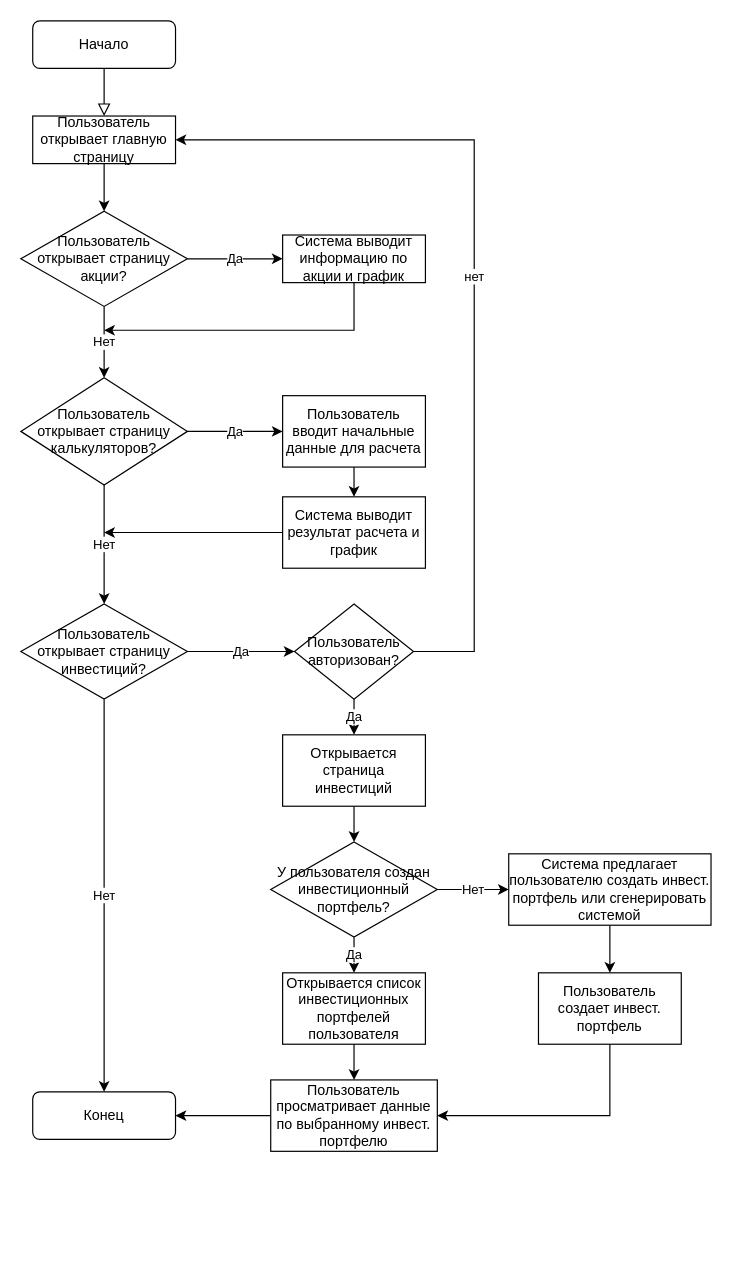
This is Алгортим.drawio from epsil0n66/ProjectMethodsSlanina, a draw.io file, before an edit. Source tidied: cells renumbered, new cells numbered last; positions are measured from the earlier drawing's top-left corner, leaving out a move shared by most shapes. Both pictures are drawn from the tidied source at 119%, with x=0, y=0 at pixel (20, 20).
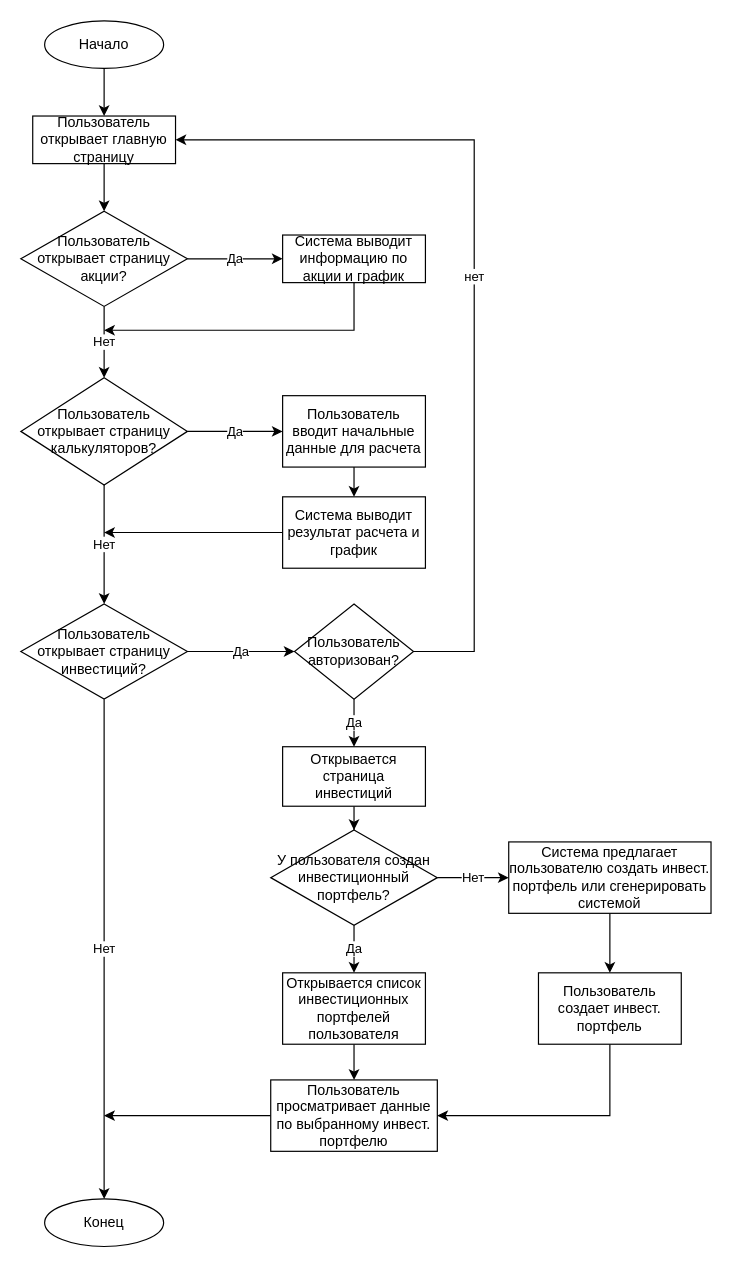
The same page after the edit.

Unchanged cells that the change refers to:
```xml
<mxCell id="5" value="Пользователь открывает главную страницу" style="rounded=0;whiteSpace=wrap;html=1;" parent="1" vertex="1">
  <mxGeometry x="10" y="80" width="120" height="40" as="geometry" />
</mxCell>
<mxCell id="35" value="Пользователь просматривает данные по выбранному инвест. портфелю" style="whiteSpace=wrap;html=1;rounded=0;" parent="1" vertex="1">
  <mxGeometry x="210" y="890" width="140" height="60" as="geometry" />
</mxCell>
```

The edit, as a diff of the source:
```diff
@@
-    <mxCell id="2" style="rounded=0;html=1;jettySize=auto;fontSize=11;endArrow=block;endFill=0;endSize=8;strokeWidth=1;shadow=0;labelBackgroundColor=none;edgeStyle=orthogonalEdgeStyle;entryX=0.5;entryY=0;entryDx=0;entryDy=0;" parent="1" edge="1" source="3" target="5">
-      <mxGeometry relative="1" as="geometry" />
-    </mxCell>
-    <mxCell id="3" value="Начало" style="rounded=1;whiteSpace=wrap;html=1;fontSize=12;glass=0;strokeWidth=1;shadow=0;" parent="1" vertex="1">
-      <mxGeometry x="10" width="120" height="40" as="geometry" />
-    </mxCell>
@@
     <mxCell id="25" value="Открывается страница инвестиций" style="whiteSpace=wrap;html=1;rounded=0;" parent="1" vertex="1">
-      <mxGeometry x="220" y="600" width="120" height="60" as="geometry" />
+      <mxGeometry x="220" y="610" width="120" height="50" as="geometry" />
     </mxCell>
@@
     <mxCell id="28" value="У пользователя создан инвестиционный портфель?" style="rhombus;whiteSpace=wrap;html=1;rounded=0;" parent="1" vertex="1">
-      <mxGeometry x="210" y="690" width="140" height="80" as="geometry" />
+      <mxGeometry x="210" y="680" width="140" height="80" as="geometry" />
     </mxCell>
@@
     <mxCell id="32" value="Система предлагает пользователю создать инвест. портфель или сгенерировать системой" style="whiteSpace=wrap;html=1;rounded=0;" parent="1" vertex="1">
-      <mxGeometry x="410" y="700" width="170" height="60" as="geometry" />
+      <mxGeometry x="410" y="690" width="170" height="60" as="geometry" />
     </mxCell>
-    <mxCell id="33" value="Конец" style="rounded=1;whiteSpace=wrap;html=1;fontSize=12;glass=0;strokeWidth=1;shadow=0;" parent="1" vertex="1">
-      <mxGeometry x="10" y="900" width="120" height="40" as="geometry" />
-    </mxCell>
-    <mxCell id="34" style="edgeStyle=orthogonalEdgeStyle;rounded=0;jettySize=auto;html=1;entryX=1;entryY=0.5;entryDx=0;entryDy=0;" parent="1" edge="1" source="35" target="33">
-      <mxGeometry relative="1" as="geometry" />
-    </mxCell>
+    <mxCell id="38" style="edgeStyle=orthogonalEdgeStyle;rounded=0;jettySize=auto;html=1;" parent="1" edge="1" source="35">
+      <mxGeometry relative="1" as="geometry">
+        <mxPoint x="70" y="920" as="targetPoint" />
+      </mxGeometry>
+    </mxCell>
@@
+    <mxCell id="2" style="edgeStyle=orthogonalEdgeStyle;rounded=0;jettySize=auto;html=1;" parent="1" edge="1" source="3" target="5">
+      <mxGeometry relative="1" as="geometry" />
+    </mxCell>
+    <mxCell id="3" value="Начало" style="ellipse;whiteSpace=wrap;html=1;" parent="1" vertex="1">
+      <mxGeometry x="20" width="100" height="40" as="geometry" />
+    </mxCell>
+    <mxCell id="33" value="Конец" style="ellipse;whiteSpace=wrap;html=1;" parent="1" vertex="1">
+      <mxGeometry x="20" y="990" width="100" height="40" as="geometry" />
+    </mxCell>
```
